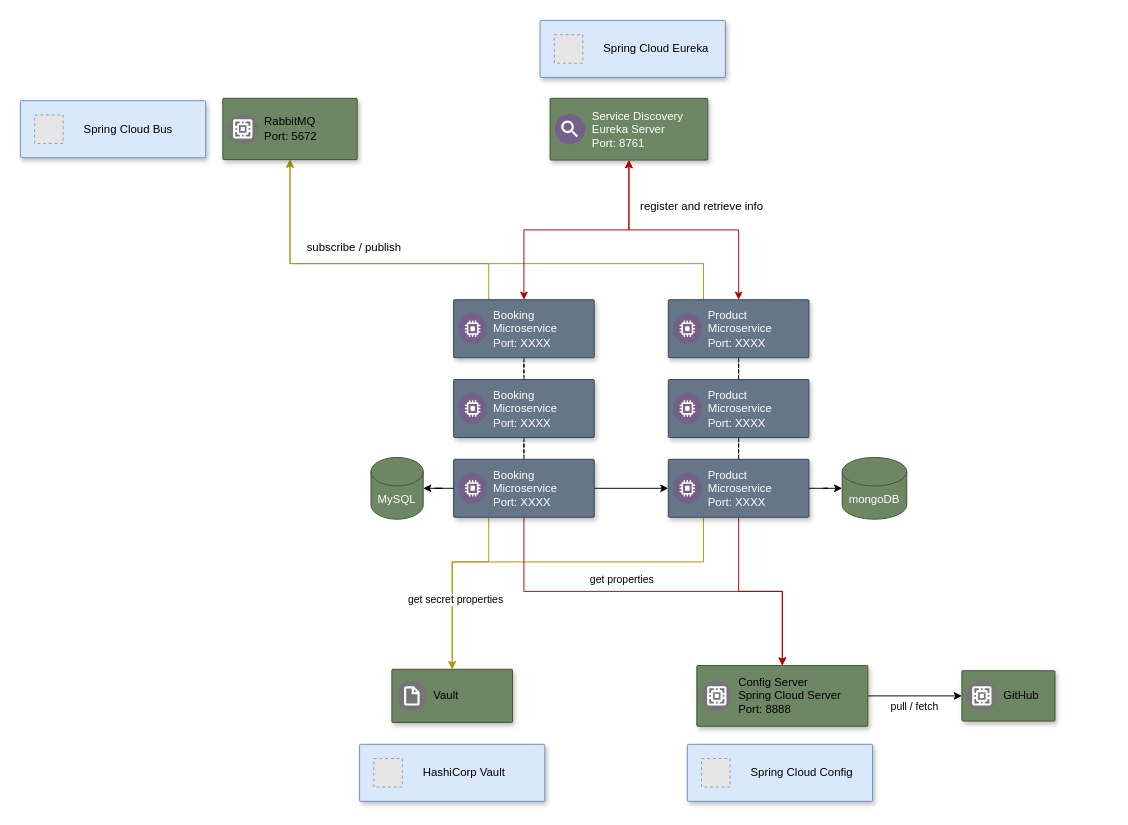
Before: page "Página-1" (1 of 2) of diagram.drawio in miguemiguemigue/Microservices-Spring-Boot-Project, a draw.io diagram. Source tidied: cells renumbered, new cells numbered last; positions are measured from the earlier drawing's top-left corner, leaving out a move shared by most shapes. Both pictures are drawn from the tidied source at 95%, with x=0, y=0 at pixel (20, 20). Pictures stored in the file or linked from it are replaced by grey dashed boxes.
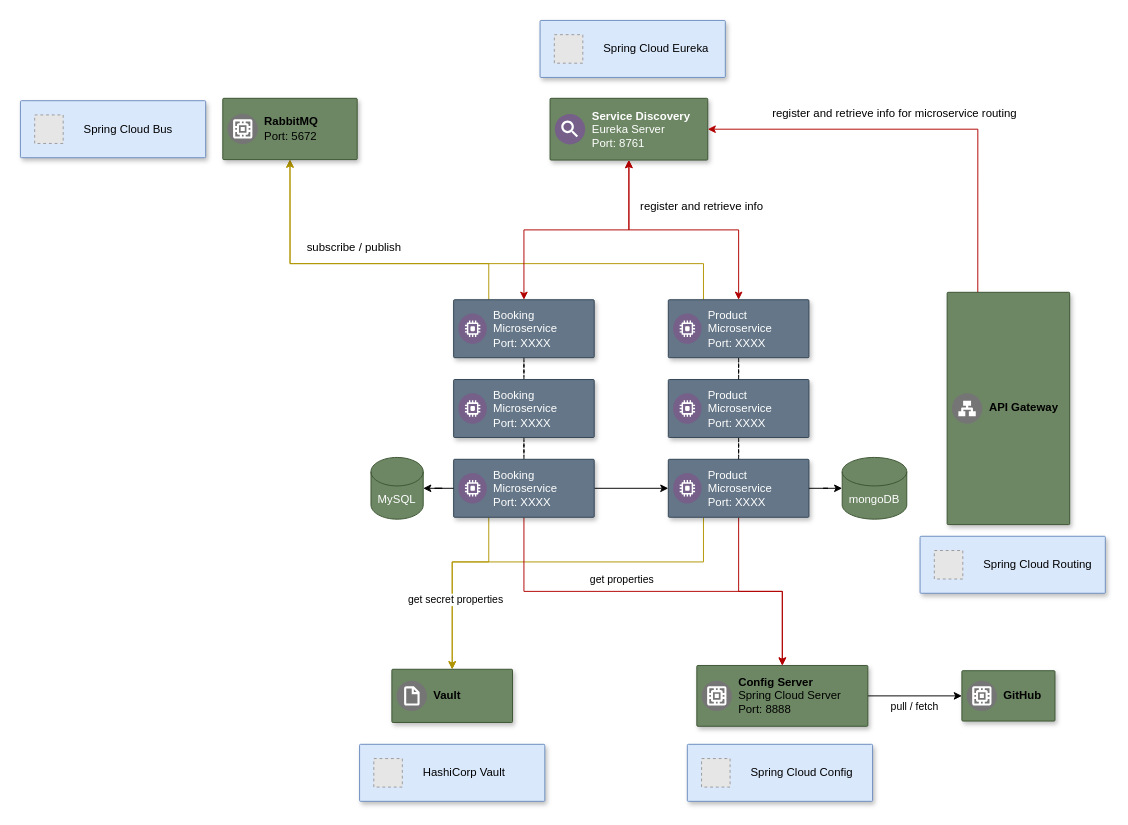
The same diagram, later.

Unchanged cells that the change refers to:
```xml
<mxCell id="24" style="strokeColor=#3A5431;shadow=1;strokeWidth=1;rounded=1;absoluteArcSize=1;arcSize=2;fillColor=#6d8764;fontColor=#ffffff;verticalAlign=middle;labelPosition=center;verticalLabelPosition=middle;align=center;" parent="1" vertex="1">
  <mxGeometry x="557.5" y="82" width="166" height="65" as="geometry" />
</mxCell>
<mxCell id="36" style="strokeColor=#3A5431;shadow=1;strokeWidth=1;rounded=1;absoluteArcSize=1;arcSize=2;fillColor=#6d8764;fontColor=#ffffff;" parent="1" vertex="1">
  <mxGeometry x="712" y="679" width="180" height="64" as="geometry" />
</mxCell>
<mxCell id="38" style="strokeColor=#3A5431;shadow=1;strokeWidth=1;rounded=1;absoluteArcSize=1;arcSize=2;fillColor=#6d8764;fontColor=#ffffff;" parent="1" vertex="1">
  <mxGeometry x="991" y="684.5" width="98" height="53" as="geometry" />
</mxCell>
<mxCell id="42" style="strokeColor=#3A5431;shadow=1;strokeWidth=1;rounded=1;absoluteArcSize=1;arcSize=2;fillColor=#6d8764;fontColor=#ffffff;" parent="1" vertex="1">
  <mxGeometry x="391" y="683" width="127" height="56" as="geometry" />
</mxCell>
<mxCell id="44" style="strokeColor=#3A5431;shadow=1;strokeWidth=1;rounded=1;absoluteArcSize=1;arcSize=2;fillColor=#6d8764;fontColor=#ffffff;" parent="1" vertex="1">
  <mxGeometry x="213" y="82" width="141.5" height="64.5" as="geometry" />
</mxCell>
```

Diff of the diagram source:
```diff
@@
-    <mxCell id="25" value="Service Discovery&lt;br&gt;Eureka Server&lt;br&gt;Port: 8761" style="sketch=0;dashed=0;html=1;fillColor=#76608a;strokeColor=#432D57;shape=mxgraph.gcp2.service_discovery;labelPosition=right;verticalLabelPosition=middle;align=left;verticalAlign=middle;spacingLeft=5;fontSize=12;fontColor=#ffffff;" parent="24" vertex="1">
+    <mxCell id="25" value="&lt;b&gt;Service Discovery&lt;br&gt;&lt;/b&gt;Eureka Server&lt;br&gt;Port: 8761" style="sketch=0;dashed=0;html=1;fillColor=#76608a;strokeColor=#432D57;shape=mxgraph.gcp2.service_discovery;labelPosition=right;verticalLabelPosition=middle;align=left;verticalAlign=middle;spacingLeft=5;fontSize=12;fontColor=#ffffff;" parent="24" vertex="1">
       <mxGeometry y="0.5" width="32" height="32" relative="1" as="geometry">
         <mxPoint x="5" y="-16" as="offset" />
       </mxGeometry>
     </mxCell>
@@
-    <mxCell id="37" value="Config Server&lt;br&gt;Spring Cloud Server&lt;br&gt;Port: 8888" style="sketch=0;dashed=0;html=1;fillColor=#757575;strokeColor=none;shape=mxgraph.gcp2.google_network_edge_cache;labelPosition=right;verticalLabelPosition=middle;align=left;verticalAlign=middle;spacingLeft=5;fontSize=12;" parent="36" vertex="1">
+    <mxCell id="37" value="&lt;b&gt;Config Server&lt;br&gt;&lt;/b&gt;Spring Cloud Server&lt;br&gt;Port: 8888" style="sketch=0;dashed=0;html=1;fillColor=#757575;strokeColor=none;shape=mxgraph.gcp2.google_network_edge_cache;labelPosition=right;verticalLabelPosition=middle;align=left;verticalAlign=middle;spacingLeft=5;fontSize=12;" parent="36" vertex="1">
       <mxGeometry y="0.5" width="32" height="32" relative="1" as="geometry">
         <mxPoint x="5" y="-16" as="offset" />
       </mxGeometry>
     </mxCell>
@@
-    <mxCell id="39" value="GitHub" style="sketch=0;dashed=0;html=1;fillColor=#757575;strokeColor=none;shape=mxgraph.gcp2.google_network_edge_cache;labelPosition=right;verticalLabelPosition=middle;align=left;verticalAlign=middle;spacingLeft=5;fontSize=12;" parent="38" vertex="1">
+    <mxCell id="39" value="&lt;b&gt;GitHub&lt;/b&gt;" style="sketch=0;dashed=0;html=1;fillColor=#757575;strokeColor=none;shape=mxgraph.gcp2.google_network_edge_cache;labelPosition=right;verticalLabelPosition=middle;align=left;verticalAlign=middle;spacingLeft=5;fontSize=12;" parent="38" vertex="1">
       <mxGeometry y="0.5" width="32" height="32" relative="1" as="geometry">
         <mxPoint x="5" y="-16" as="offset" />
       </mxGeometry>
     </mxCell>
@@
-    <mxCell id="43" value="Vault" style="sketch=0;dashed=0;html=1;fillColor=#757575;strokeColor=none;shape=mxgraph.gcp2.virtual_file_system;labelPosition=right;verticalLabelPosition=middle;align=left;verticalAlign=middle;spacingLeft=5;fontSize=12;" parent="42" vertex="1">
+    <mxCell id="43" value="&lt;b&gt;Vault&lt;/b&gt;" style="sketch=0;dashed=0;html=1;fillColor=#757575;strokeColor=none;shape=mxgraph.gcp2.virtual_file_system;labelPosition=right;verticalLabelPosition=middle;align=left;verticalAlign=middle;spacingLeft=5;fontSize=12;" parent="42" vertex="1">
       <mxGeometry y="0.5" width="32" height="32" relative="1" as="geometry">
         <mxPoint x="5" y="-16" as="offset" />
       </mxGeometry>
     </mxCell>
@@
-    <mxCell id="45" value="RabbitMQ&lt;br&gt;Port: 5672" style="sketch=0;dashed=0;html=1;fillColor=#757575;strokeColor=none;shape=mxgraph.gcp2.google_network_edge_cache;labelPosition=right;verticalLabelPosition=middle;align=left;verticalAlign=middle;spacingLeft=5;fontSize=12;" parent="44" vertex="1">
+    <mxCell id="45" value="&lt;b&gt;RabbitMQ&lt;br&gt;&lt;/b&gt;Port: 5672" style="sketch=0;dashed=0;html=1;fillColor=#757575;strokeColor=none;shape=mxgraph.gcp2.google_network_edge_cache;labelPosition=right;verticalLabelPosition=middle;align=left;verticalAlign=middle;spacingLeft=5;fontSize=12;" parent="44" vertex="1">
       <mxGeometry y="0.5" width="32" height="32" relative="1" as="geometry">
         <mxPoint x="5" y="-16" as="offset" />
       </mxGeometry>
     </mxCell>
@@
+    <mxCell id="55" style="edgeStyle=orthogonalEdgeStyle;rounded=0;jettySize=auto;html=1;exitX=0.25;exitY=0;exitDx=0;exitDy=0;entryX=1;entryY=0.5;entryDx=0;entryDy=0;fillColor=#e51400;strokeColor=#B20000;" parent="1" edge="1" source="56" target="24">
+      <mxGeometry relative="1" as="geometry" />
+    </mxCell>
+    <mxCell id="56" style="strokeColor=#3A5431;shadow=1;strokeWidth=1;rounded=1;absoluteArcSize=1;arcSize=2;fillColor=#6d8764;fontColor=#ffffff;" parent="1" vertex="1">
+      <mxGeometry x="975.5" y="286.2" width="129" height="244.5" as="geometry" />
+    </mxCell>
+    <mxCell id="57" value="&lt;b&gt;API Gateway&lt;/b&gt;" style="sketch=0;dashed=0;html=1;fillColor=#757575;strokeColor=none;shape=mxgraph.gcp2.network_load_balancer;labelPosition=right;verticalLabelPosition=middle;align=left;verticalAlign=middle;spacingLeft=5;fontSize=12;" parent="56" vertex="1">
+      <mxGeometry y="0.5" width="32" height="32" relative="1" as="geometry">
+        <mxPoint x="5" y="-16" as="offset" />
+      </mxGeometry>
+    </mxCell>
+    <mxCell id="58" style="shadow=1;strokeWidth=1;rounded=1;absoluteArcSize=1;arcSize=2;fillColor=#dae8fc;strokeColor=#6c8ebf;fontColor=#000000;" parent="1" vertex="1">
+      <mxGeometry x="947" y="543" width="195" height="60" as="geometry" />
+    </mxCell>
+    <mxCell id="59" value="&lt;font color=&quot;#000000&quot;&gt;Spring Cloud Routing&lt;/font&gt;" style="fillColor=#E6E6E6;strokeColor=#999999;dashed=1;html=1;fontColor=#999999;verticalLabelPosition=middle;verticalAlign=middle;labelPosition=right;align=left;spacingLeft=20;" parent="58" vertex="1">
+      <mxGeometry width="30" height="30" relative="1" as="geometry">
+        <mxPoint x="15" y="15" as="offset" />
+      </mxGeometry>
+    </mxCell>
+    <mxCell id="60" value="register and retrieve info for microservice routing" style="text;html=1;align=center;verticalAlign=middle;strokeColor=none;fillColor=none;" parent="1" vertex="1">
+      <mxGeometry x="782" y="84.5" width="275" height="26" as="geometry" />
+    </mxCell>
```
